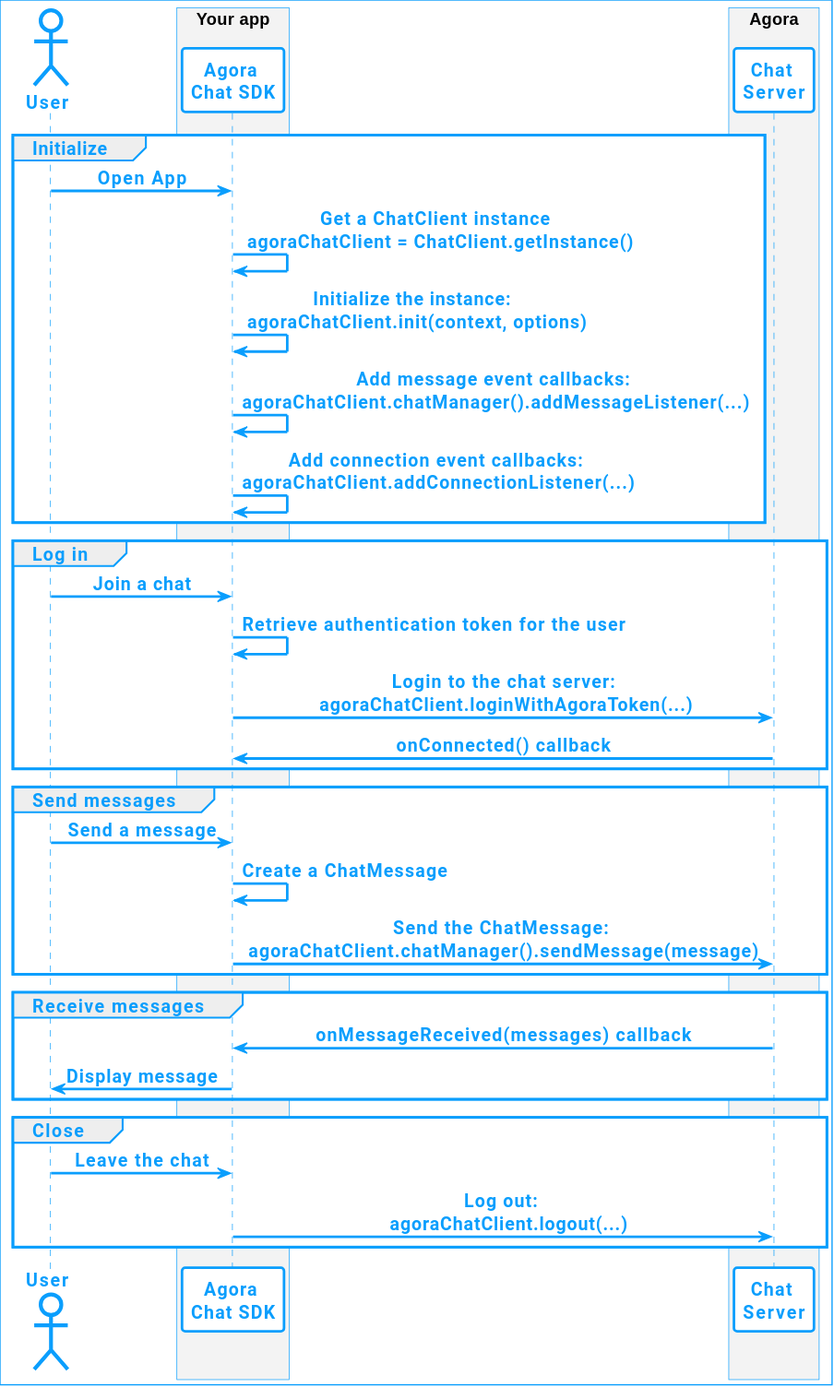
AgoraIO/Docs-Source keeps this PlantUML diagram as assets/images/chat/chat-call-logic-android.svg. Above is the earlier version.
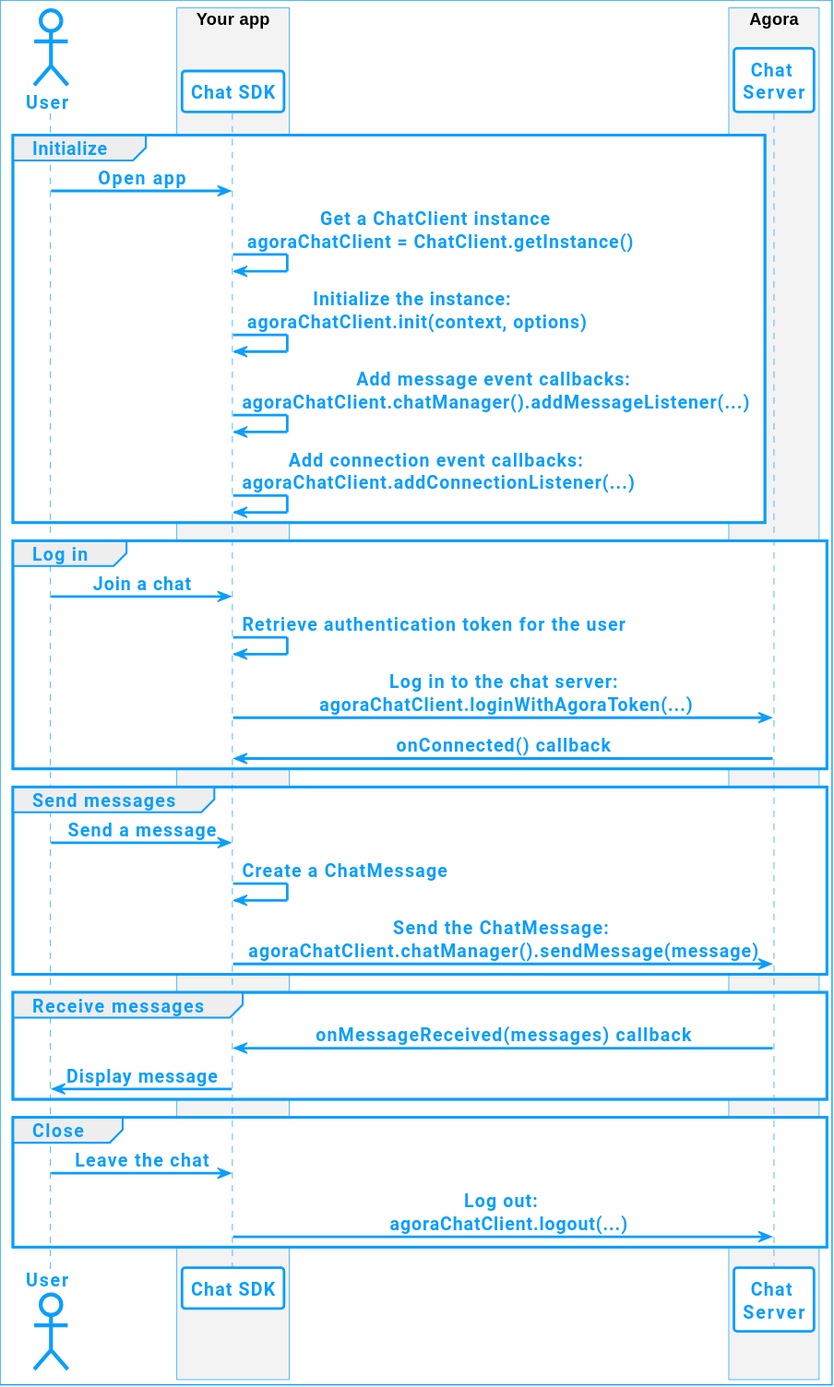
The same file after the commit.

What changed in the source:
```diff
@@ -4,7 +4,7 @@
 actor "User" as USR
 
 box "Your app"
-participant "Agora \nChat SDK" as APP
+participant "Chat SDK" as APP
 end box
 
 box "Agora"
@@ -12,7 +12,7 @@
 end box
 
 group Initialize
-USR -> APP: Open App
+USR -> APP: Open app
 APP -> APP: Get a ChatClient instance \n agoraChatClient = ChatClient.getInstance()
 APP -> APP: Initialize the instance: \n agoraChatClient.init(context, options)
 APP -> APP: Add message event callbacks: \nagoraChatClient.chatManager().addMessageListener(...)
@@ -22,7 +22,7 @@
 group Log in
 USR -> APP: Join a chat
 APP -> APP: Retrieve authentication token for the user
-APP -> API: Login to the chat server:\n agoraChatClient.loginWithAgoraToken(...)
+APP -> API: Log in to the chat server:\n agoraChatClient.loginWithAgoraToken(...)
 API -> APP: onConnected() callback
 end
 
```
